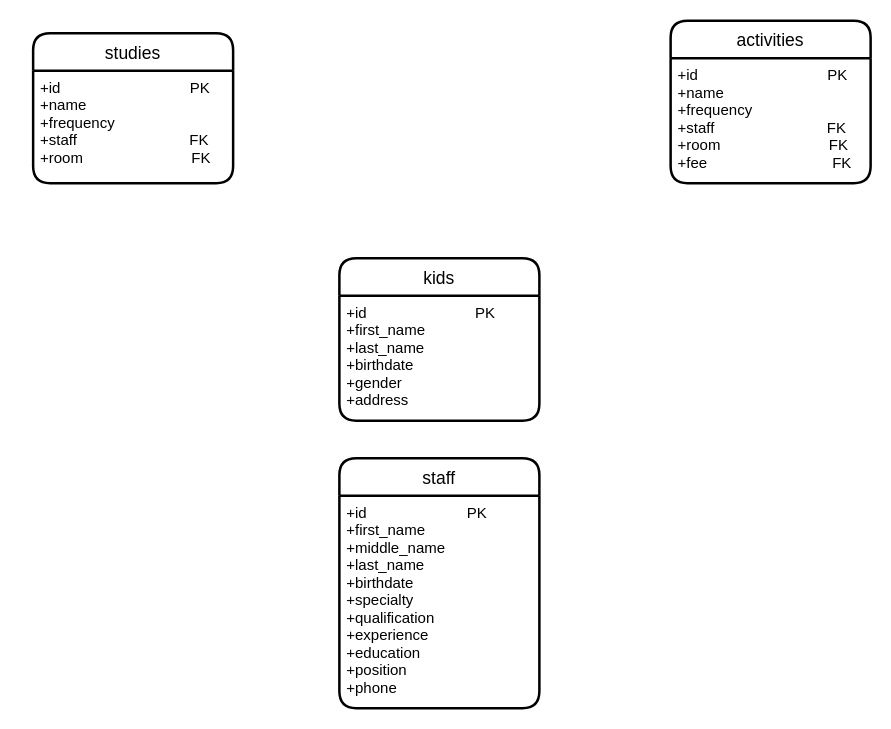
This is Kindergarten.drawio from Emma664/World-population, a draw.io file, before an edit. Source tidied: cells renumbered, new cells numbered last; positions are measured from the earlier drawing's top-left corner, leaving out a move shared by most shapes. Both pictures are drawn from the tidied source at 125%, with x=0, y=0 at pixel (32, 20).
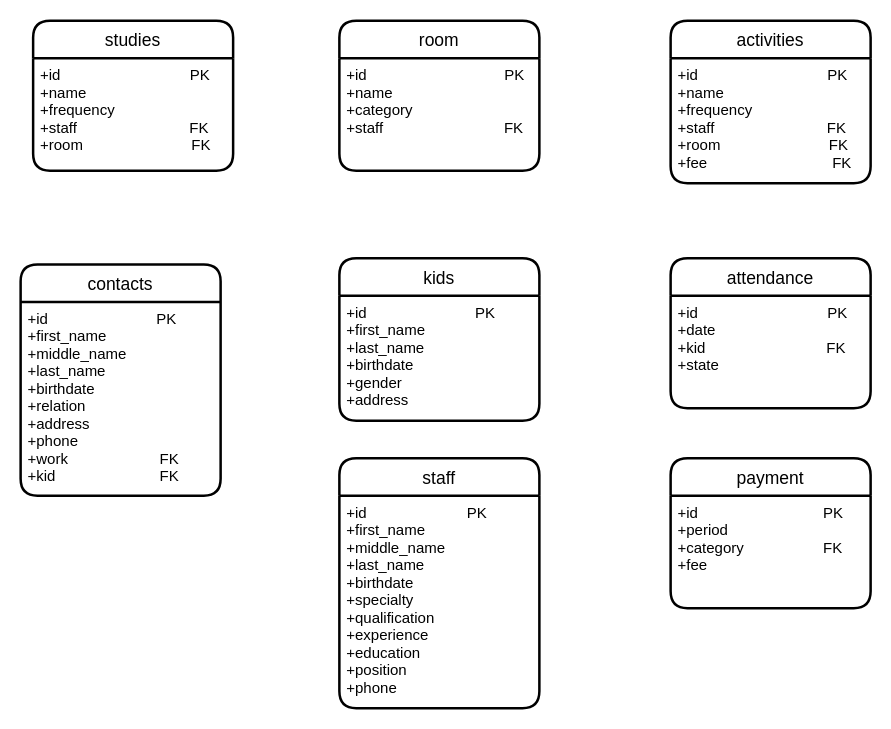
The same diagram, later.

What changed in the source:
```diff
@@
 <mxGraphModel>
   <root>
     <mxCell id="0" />
     <mxCell id="1" parent="0" />
     <mxCell id="2" value="kids" style="swimlane;horizontal=1;startSize=30;rounded=1;fontSize=14;fontStyle=0;strokeWidth=2;shadow=0;dashed=0;align=center;" parent="1" vertex="1">
       <mxGeometry x="245" y="190" width="160" height="130" as="geometry" />
     </mxCell>
     <mxCell id="3" value="+id                          PK&#10;+first_name&#10;+last_name&#10;+birthdate&#10;+gender&#10;+address" style="align=left;strokeColor=none;fillColor=none;spacingLeft=4;fontSize=12;verticalAlign=top;" parent="2" vertex="1">
       <mxGeometry y="30" width="160" height="100" as="geometry" />
     </mxCell>
     <mxCell id="4" value="staff" style="swimlane;horizontal=1;startSize=30;rounded=1;fontSize=14;fontStyle=0;strokeWidth=2;shadow=0;dashed=0;align=center;" parent="1" vertex="1">
       <mxGeometry x="245" y="350" width="160" height="200" as="geometry" />
     </mxCell>
     <mxCell id="5" value="+id                        PK&#10;+first_name&#10;+middle_name&#10;+last_name&#10;+birthdate&#10;+specialty&#10;+qualification&#10;+experience&#10;+education&#10;+position&#10;+phone" style="align=left;strokeColor=none;fillColor=none;spacingLeft=4;fontSize=12;verticalAlign=top;" parent="4" vertex="1">
       <mxGeometry y="30" width="160" height="170" as="geometry" />
     </mxCell>
+    <mxCell id="8" value="activities" style="swimlane;horizontal=1;startSize=30;rounded=1;fontSize=14;fontStyle=0;strokeWidth=2;shadow=0;dashed=0;align=center;" parent="1" vertex="1">
+      <mxGeometry x="510" width="160" height="130" as="geometry" />
+    </mxCell>
+    <mxCell id="9" value="+id                               PK&#10;+name&#10;+frequency&#10;+staff                           FK&#10;+room                          FK&#10;+fee                              FK" style="align=left;strokeColor=none;fillColor=none;spacingLeft=4;fontSize=12;verticalAlign=top;" parent="8" vertex="1">
+      <mxGeometry y="30" width="160" height="100" as="geometry" />
+    </mxCell>
     <mxCell id="6" value="studies" style="swimlane;horizontal=1;startSize=30;rounded=1;fontSize=14;fontStyle=0;strokeWidth=2;shadow=0;dashed=0;align=center;" parent="1" vertex="1">
-      <mxGeometry y="10" width="160" height="120" as="geometry" />
+      <mxGeometry width="160" height="120" as="geometry" />
     </mxCell>
     <mxCell id="7" value="+id                               PK&#10;+name&#10;+frequency&#10;+staff                           FK&#10;+room                          FK" style="align=left;strokeColor=none;fillColor=none;spacingLeft=4;fontSize=12;verticalAlign=top;" parent="6" vertex="1">
       <mxGeometry y="30" width="160" height="90" as="geometry" />
     </mxCell>
-    <mxCell id="8" value="activities" style="swimlane;horizontal=1;startSize=30;rounded=1;fontSize=14;fontStyle=0;strokeWidth=2;shadow=0;dashed=0;align=center;" parent="1" vertex="1">
-      <mxGeometry x="510" width="160" height="130" as="geometry" />
-    </mxCell>
-    <mxCell id="9" value="+id                               PK&#10;+name&#10;+frequency&#10;+staff                           FK&#10;+room                          FK&#10;+fee                              FK" style="align=left;strokeColor=none;fillColor=none;spacingLeft=4;fontSize=12;verticalAlign=top;" parent="8" vertex="1">
-      <mxGeometry y="30" width="160" height="100" as="geometry" />
-    </mxCell>
+    <mxCell id="10" value="room" style="swimlane;horizontal=1;startSize=30;rounded=1;fontSize=14;fontStyle=0;strokeWidth=2;shadow=0;dashed=0;align=center;" parent="1" vertex="1">
+      <mxGeometry x="245" width="160" height="120" as="geometry" />
+    </mxCell>
+    <mxCell id="11" value="+id                                 PK&#10;+name&#10;+category&#10;+staff                             FK" style="align=left;strokeColor=none;fillColor=none;spacingLeft=4;fontSize=12;verticalAlign=top;" parent="10" vertex="1">
+      <mxGeometry y="30" width="160" height="90" as="geometry" />
+    </mxCell>
+    <mxCell id="12" value="attendance" style="swimlane;horizontal=1;startSize=30;rounded=1;fontSize=14;fontStyle=0;strokeWidth=2;shadow=0;dashed=0;align=center;" parent="1" vertex="1">
+      <mxGeometry x="510" y="190" width="160" height="120" as="geometry" />
+    </mxCell>
+    <mxCell id="13" value="+id                               PK&#10;+date&#10;+kid                             FK&#10;+state&#10;" style="align=left;strokeColor=none;fillColor=none;spacingLeft=4;fontSize=12;verticalAlign=top;" parent="12" vertex="1">
+      <mxGeometry y="30" width="160" height="90" as="geometry" />
+    </mxCell>
+    <mxCell id="14" value="payment" style="swimlane;horizontal=1;startSize=30;rounded=1;fontSize=14;fontStyle=0;strokeWidth=2;shadow=0;dashed=0;align=center;" parent="1" vertex="1">
+      <mxGeometry x="510" y="350" width="160" height="120" as="geometry" />
+    </mxCell>
+    <mxCell id="15" value="+id                              PK&#10;+period&#10;+category                   FK&#10;+fee" style="align=left;strokeColor=none;fillColor=none;spacingLeft=4;fontSize=12;verticalAlign=top;" parent="14" vertex="1">
+      <mxGeometry y="30" width="160" height="90" as="geometry" />
+    </mxCell>
+    <mxCell id="16" value="contacts" style="swimlane;horizontal=1;startSize=30;rounded=1;fontSize=14;fontStyle=0;strokeWidth=2;shadow=0;dashed=0;align=center;" parent="1" vertex="1">
+      <mxGeometry x="-10" y="195" width="160" height="185" as="geometry" />
+    </mxCell>
+    <mxCell id="17" value="+id                          PK&#10;+first_name&#10;+middle_name&#10;+last_name&#10;+birthdate&#10;+relation&#10;+address&#10;+phone&#10;+work                      FK&#10;+kid                         FK" style="align=left;strokeColor=none;fillColor=none;spacingLeft=4;fontSize=12;verticalAlign=top;" parent="16" vertex="1">
+      <mxGeometry y="30" width="160" height="155" as="geometry" />
+    </mxCell>
   </root>
 </mxGraphModel>
```
